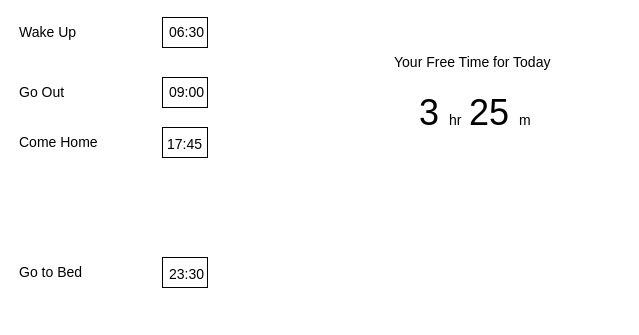
The draw.io diagram page "Free Time Today" (2 of 2) of pop-the-bubble.drawio in suefrontend/study-plan, before the edit. Source tidied: cells renumbered, new cells numbered last; positions are measured from the earlier drawing's top-left corner, leaving out a move shared by most shapes. Both pictures are drawn from the tidied source at 100%, with x=0, y=0 at pixel (17, 17).
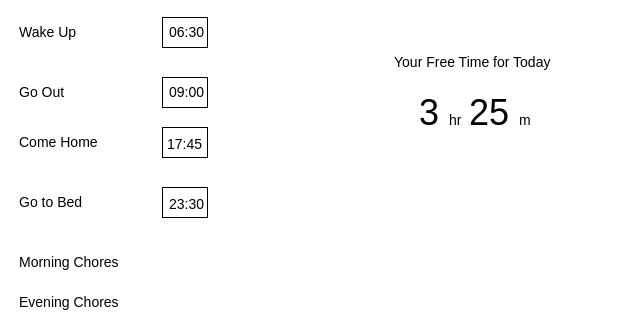
Above is the later version.

Change to the diagram source:
```diff
@@
     <mxCell id="3" value="Go to Bed" style="text;html=1;strokeColor=none;fillColor=none;align=left;verticalAlign=middle;whiteSpace=wrap;rounded=0;fontSize=14;" parent="1" vertex="1">
-      <mxGeometry y="240" width="100" height="30" as="geometry" />
+      <mxGeometry y="170" width="100" height="30" as="geometry" />
     </mxCell>
     <mxCell id="4" value="23:30" style="text;html=1;strokeColor=none;fillColor=none;align=left;verticalAlign=middle;whiteSpace=wrap;rounded=0;fontSize=14;" parent="1" vertex="1">
-      <mxGeometry x="150" y="242" width="100" height="30" as="geometry" />
+      <mxGeometry x="150" y="172" width="100" height="30" as="geometry" />
     </mxCell>
@@
     <mxCell id="16" style="rounded=0;whiteSpace=wrap;html=1;fontSize=36;fillColor=none;" parent="1" vertex="1">
-      <mxGeometry x="145" y="240" width="45" height="30" as="geometry" />
+      <mxGeometry x="145" y="170" width="45" height="30" as="geometry" />
     </mxCell>
@@
+    <mxCell id="19" value="Morning Chores" style="text;html=1;strokeColor=none;fillColor=none;align=left;verticalAlign=middle;whiteSpace=wrap;rounded=0;fontSize=14;" parent="1" vertex="1">
+      <mxGeometry y="230" width="140" height="30" as="geometry" />
+    </mxCell>
+    <mxCell id="20" value="Evening Chores" style="text;html=1;strokeColor=none;fillColor=none;align=left;verticalAlign=middle;whiteSpace=wrap;rounded=0;fontSize=14;" parent="1" vertex="1">
+      <mxGeometry y="270" width="140" height="30" as="geometry" />
+    </mxCell>
```
